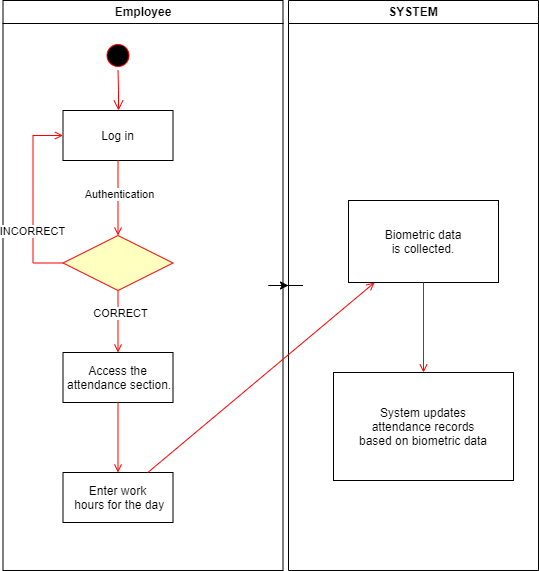
Before: Attendance Management Diagram.drawio.png, a diagram exported from draw.io (Arisa-Ndreu/test). Source tidied: cells renumbered, new cells last; positions are measured from the earlier drawing's top-left corner, leaving out a move shared by most shapes.
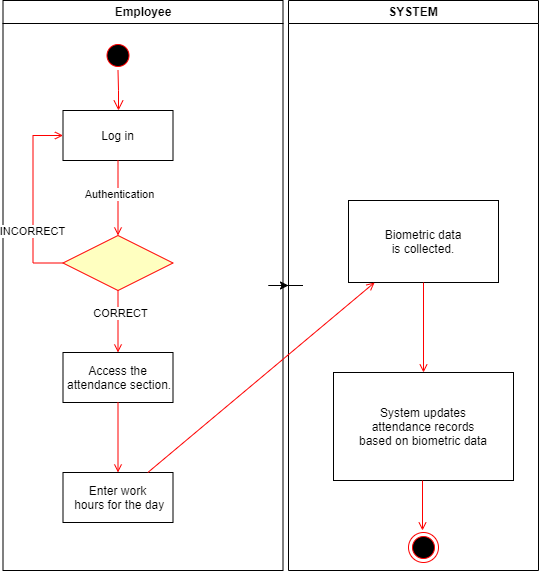
After the change.

The edit, as a diff of the source:
```diff
@@ -63,6 +63,15 @@
     <mxCell id="20" style="endArrow=open;strokeColor=#FF0000;endFill=1;rounded=0;" parent="17" edge="1" source="18" target="19">
       <mxGeometry relative="1" as="geometry" />
     </mxCell>
+    <mxCell id="22" style="ellipse;html=1;shape=endState;fillColor=#000000;strokeColor=#ff0000;" parent="17" vertex="1">
+      <mxGeometry x="120" y="532" width="30" height="30" as="geometry" />
+    </mxCell>
+    <mxCell id="23" style="endArrow=open;strokeColor=#FF0000;endFill=1;rounded=0;" parent="17" edge="1">
+      <mxGeometry relative="1" as="geometry">
+        <mxPoint x="134" y="480" as="sourcePoint" />
+        <mxPoint x="134" y="530" as="targetPoint" />
+      </mxGeometry>
+    </mxCell>
     <mxCell id="21" style="endArrow=open;strokeColor=#FF0000;endFill=1;rounded=0;" parent="1" edge="1" source="10" target="18">
       <mxGeometry relative="1" as="geometry" />
     </mxCell>
```
